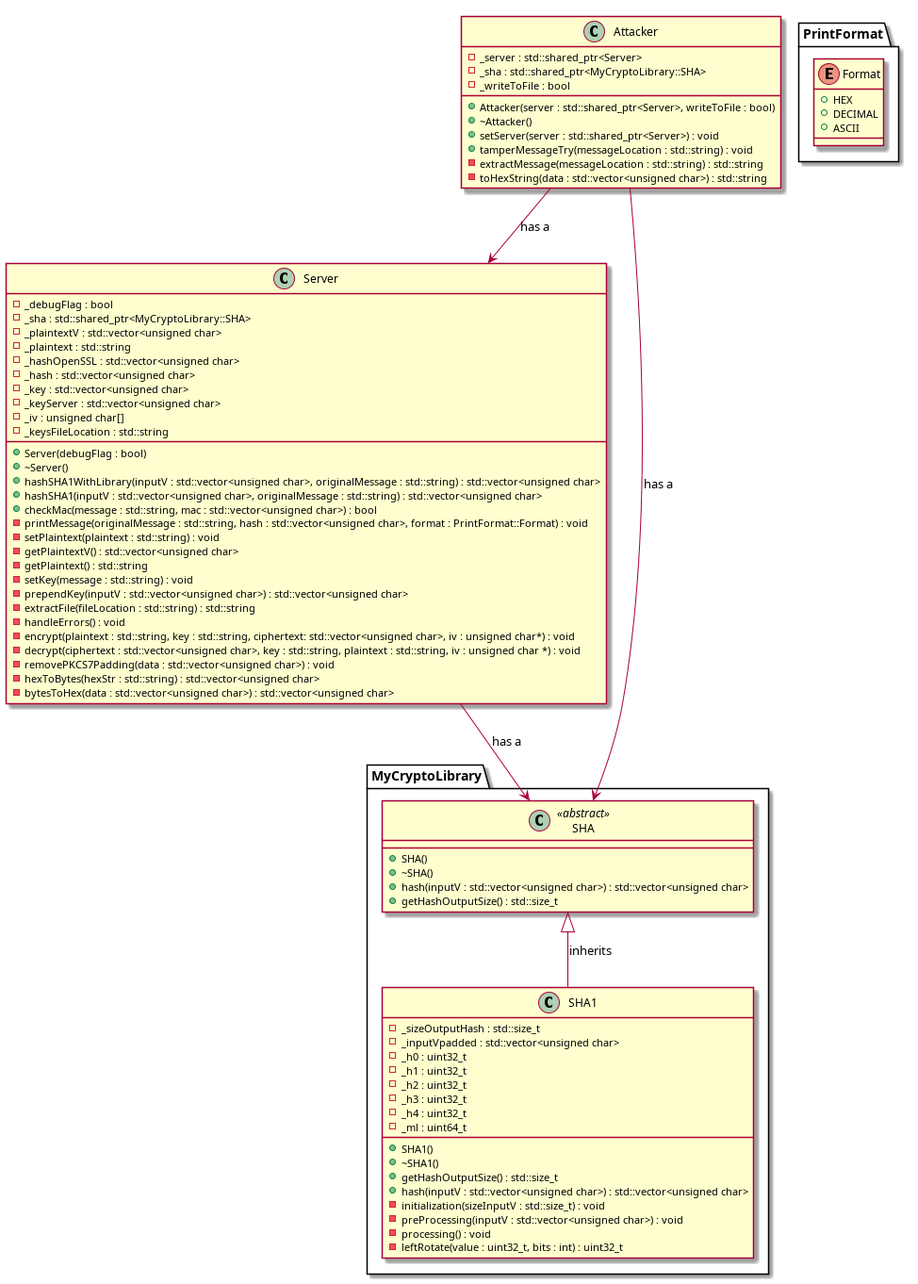
Above: Cryptopals_resolutions/4-Set_4/cryptopals_set_4_problem_28/uml_diagrams/class_diagram.png in Photon-einstein/Cryptopals (PlantUML), before the change. Its source is kept beside it as Cryptopals_resolutions/4-Set_4/cryptopals_set_4_problem_28/uml_diagrams/class_diagram.puml.
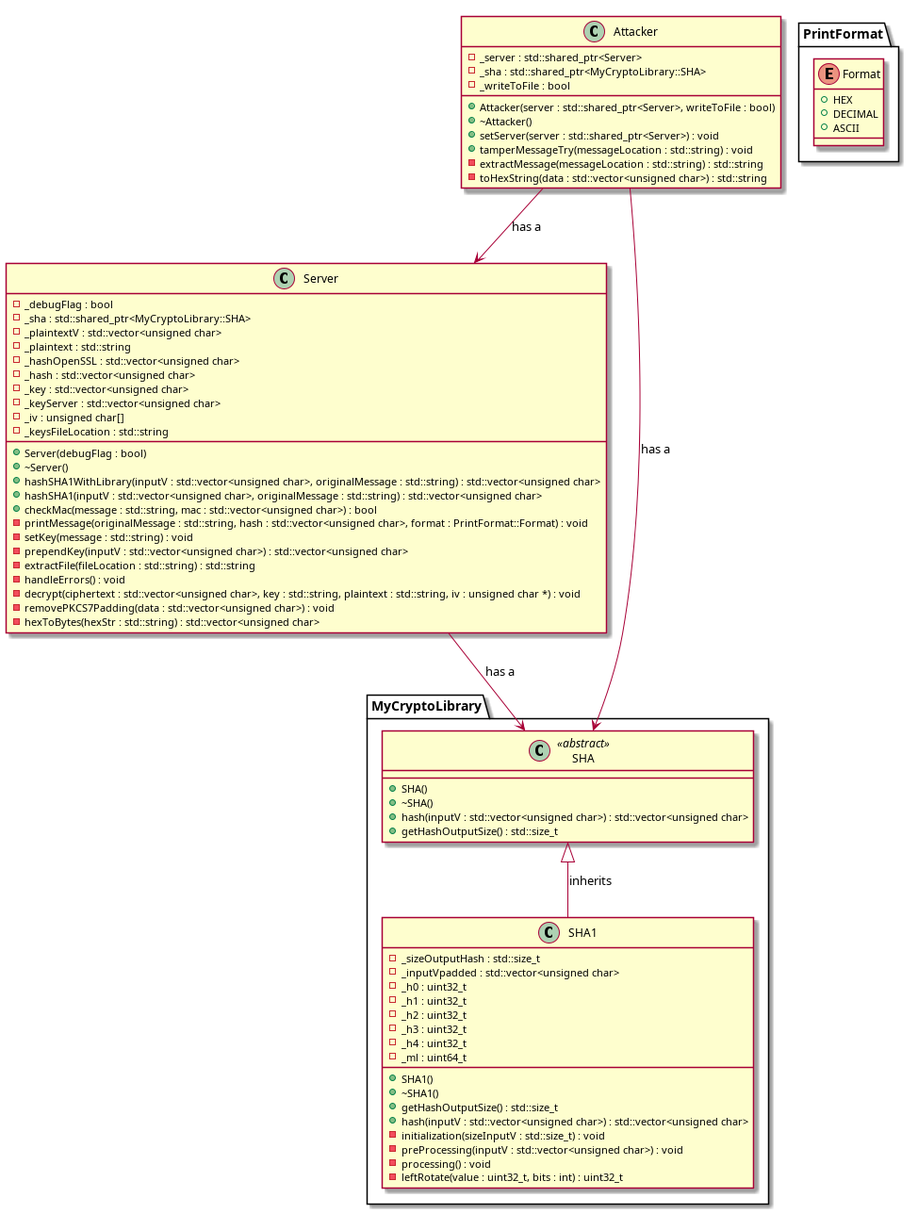
Above is the later version.

What changed in the source:
```diff
@@ -26,18 +26,13 @@
     + hashSHA1(inputV : std::vector<unsigned char>, originalMessage : std::string) : std::vector<unsigned char>
     + checkMac(message : std::string, mac : std::vector<unsigned char>) : bool
     - printMessage(originalMessage : std::string, hash : std::vector<unsigned char>, format : PrintFormat::Format) : void
-    - setPlaintext(plaintext : std::string) : void
-    - getPlaintextV() : std::vector<unsigned char>
-    - getPlaintext() : std::string
     - setKey(message : std::string) : void
     - prependKey(inputV : std::vector<unsigned char>) : std::vector<unsigned char>
     - extractFile(fileLocation : std::string) : std::string
     - handleErrors() : void
-    - encrypt(plaintext : std::string, key : std::string, ciphertext: std::vector<unsigned char>, iv : unsigned char*) : void
     - decrypt(ciphertext : std::vector<unsigned char>, key : std::string, plaintext : std::string, iv : unsigned char *) : void
     - removePKCS7Padding(data : std::vector<unsigned char>) : void
     - hexToBytes(hexStr : std::string) : std::vector<unsigned char>
-    - bytesToHex(data : std::vector<unsigned char>) : std::vector<unsigned char>
 }
 
 namespace MyCryptoLibrary {
```
